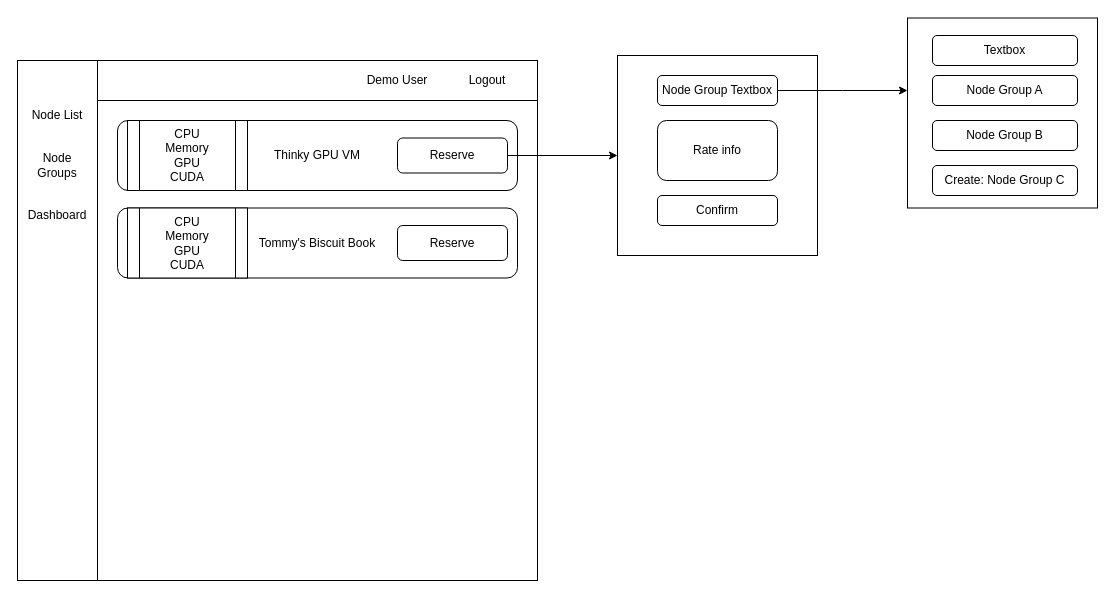
This is page "Page-6" (6 of 6) of flophub.drawio from flophub/docs, a draw.io file, before an edit. Source tidied: cells renumbered, new cells numbered last; positions are measured from the earlier drawing's top-left corner, leaving out a move shared by most shapes. Both pictures are drawn from the tidied source at 100%, with x=0, y=0 at pixel (17, 18).
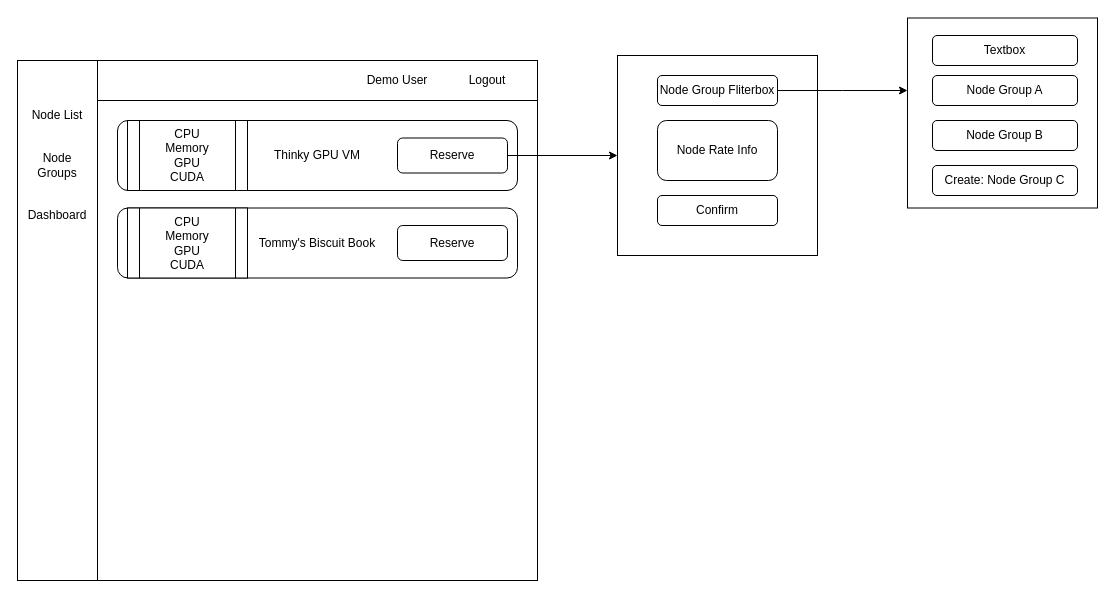
The same page after the edit.

Commit message:
name this filterbox

The edit, as a diff of the source:
```diff
@@
-    <mxCell id="16" value="Node Group Textbox" style="rounded=1;whiteSpace=wrap;html=1;" parent="1" vertex="1">
+    <mxCell id="16" value="Node Group Fliterbox" style="rounded=1;whiteSpace=wrap;html=1;" parent="1" vertex="1">
       <mxGeometry x="640" y="57" width="120" height="30" as="geometry" />
     </mxCell>
-    <mxCell id="17" value="Rate info" style="rounded=1;whiteSpace=wrap;html=1;" parent="1" vertex="1">
+    <mxCell id="17" value="Node Rate Info" style="rounded=1;whiteSpace=wrap;html=1;" parent="1" vertex="1">
       <mxGeometry x="640" y="102" width="120" height="60" as="geometry" />
     </mxCell>
```
